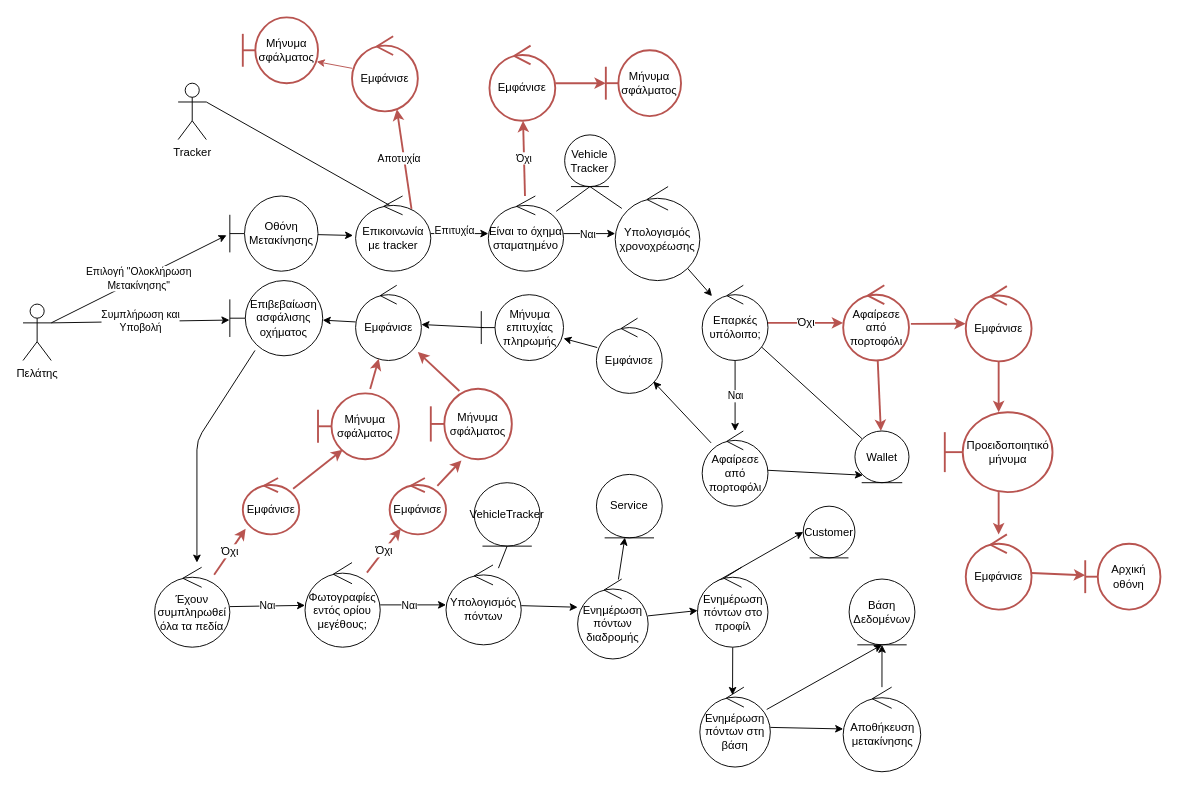
Earlier version of the draw.io diagram Part_3/Robustness/diagrams/03_Ολοκλήρωση_Μετακίνησης.drawio (Nikolis2002/texnoligia_logismikou). Source tidied: cells renumbered, new cells numbered last; positions are measured from the earlier drawing's top-left corner, leaving out a move shared by most shapes. Both pictures are drawn from the tidied source at 94%, with x=0, y=0 at pixel (23, 17).
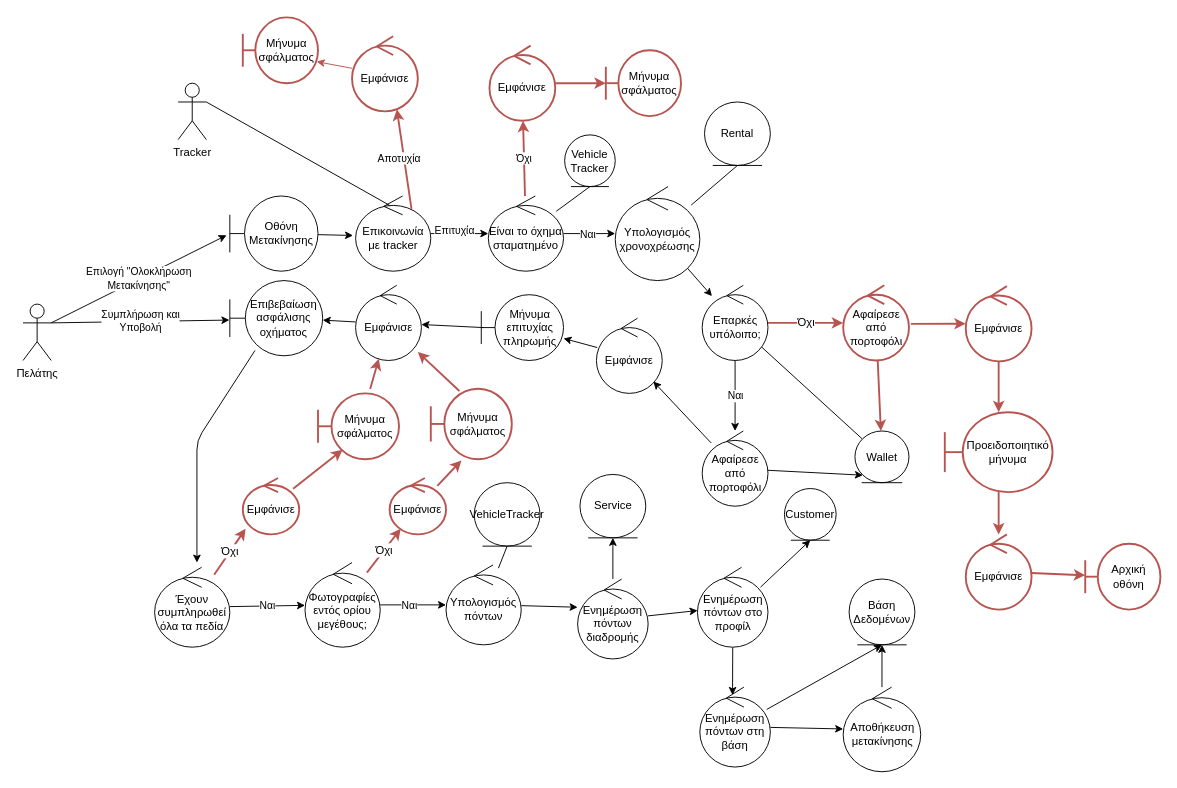
The same diagram, later.

Commit message (it also covers changes not shown here):
Changes use case 3

Unchanged cells that the change refers to:
```xml
<mxCell id="17" value="Vehicle&lt;br&gt;Tracker" style="ellipse;shape=umlEntity;whiteSpace=wrap;html=1;direction=east;" parent="1" vertex="1">
  <mxGeometry x="576.2" y="125" width="53.8" height="55" as="geometry" />
</mxCell>
<mxCell id="23" value="Υπολογισμός χρονοχρέωσης" style="ellipse;shape=umlControl;whiteSpace=wrap;html=1;" parent="1" vertex="1">
  <mxGeometry x="630" y="180" width="90" height="100" as="geometry" />
</mxCell>
<mxCell id="70" value="Ενημέρωση πόντων στο προφίλ" style="ellipse;shape=umlControl;whiteSpace=wrap;html=1;" parent="1" vertex="1">
  <mxGeometry x="717.5" y="585" width="75" height="85" as="geometry" />
</mxCell>
```

Diff of the diagram source:
```diff
@@
-    <mxCell id="22" style="edgeStyle=none;html=1;entryX=0.5;entryY=1;entryDx=0;entryDy=0;endArrow=none;endFill=0;" parent="1" edge="1" source="23" target="17">
-      <mxGeometry relative="1" as="geometry" />
-    </mxCell>
+    <mxCell id="87" style="edgeStyle=none;html=1;entryX=0.5;entryY=1;entryDx=0;entryDy=0;endArrow=none;endFill=0;" parent="1" edge="1" source="23" target="88">
+      <mxGeometry relative="1" as="geometry" />
+    </mxCell>
@@
-    <mxCell id="69" style="edgeStyle=none;html=1;entryX=0;entryY=0.5;entryDx=0;entryDy=0;exitX=0.266;exitY=0.181;exitDx=0;exitDy=0;exitPerimeter=0;" parent="1" edge="1" source="70" target="75">
+    <mxCell id="69" style="edgeStyle=none;html=1;entryX=0.5;entryY=1;entryDx=0;entryDy=0;exitX=0.894;exitY=0.249;exitDx=0;exitDy=0;exitPerimeter=0;" parent="1" edge="1" source="70" target="75">
       <mxGeometry relative="1" as="geometry" />
     </mxCell>
@@
     <mxCell id="75" value="Customer" style="ellipse;shape=umlEntity;whiteSpace=wrap;html=1;direction=east;" parent="1" vertex="1">
-      <mxGeometry x="830" y="520" width="55" height="55" as="geometry" />
+      <mxGeometry x="810" y="501.2" width="55" height="55" as="geometry" />
     </mxCell>
@@
     <mxCell id="83" value="Service" style="ellipse;shape=umlEntity;whiteSpace=wrap;html=1;direction=east;" parent="1" vertex="1">
-      <mxGeometry x="610" y="486.2" width="70" height="67.5" as="geometry" />
+      <mxGeometry x="592.5" y="486.2" width="70" height="67.5" as="geometry" />
     </mxCell>
@@
+    <mxCell id="88" value="Rental" style="ellipse;shape=umlEntity;whiteSpace=wrap;html=1;direction=east;" parent="1" vertex="1">
+      <mxGeometry x="725" y="90" width="70" height="67.5" as="geometry" />
+    </mxCell>
```
